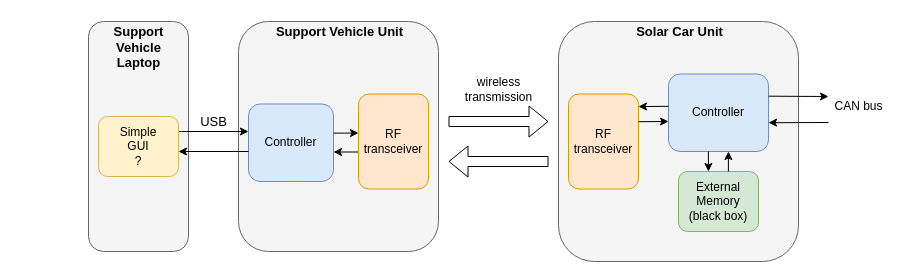
tjarker/Telemetry keeps this draw.io diagram as documentation/diagrams/SystemSchematic.drawio. Above is the earlier version. Source tidied: cells renumbered, new cells numbered last; positions are measured from the earlier drawing's top-left corner, leaving out a move shared by most shapes. Both pictures are drawn from the tidied source at 100%, with x=0, y=0 at pixel (88, 21).
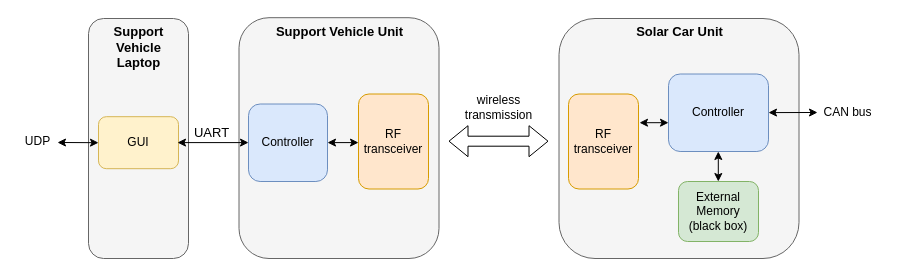
The same page after the edit.

Commit message (it also covers changes not shown here):
Update system schematic

The edit, as a diff of the source:
```diff
@@
     <mxCell id="2" style="rounded=1;whiteSpace=wrap;html=1;fillColor=#f5f5f5;strokeColor=#666666;fontColor=#333333;" parent="1" vertex="1">
-      <mxGeometry x="470" width="240" height="240" as="geometry" />
+      <mxGeometry x="470.5" y="-3" width="240" height="240" as="geometry" />
     </mxCell>
     <mxCell id="3" style="rounded=1;whiteSpace=wrap;html=1;fillColor=#f5f5f5;strokeColor=#666666;fontColor=#333333;" parent="1" vertex="1">
-      <mxGeometry x="150" width="200" height="230" as="geometry" />
+      <mxGeometry x="150.5" y="-3.8" width="200" height="240.8" as="geometry" />
     </mxCell>
@@
-    <mxCell id="5" style="shape=flexArrow;endArrow=classic;html=1;" parent="1" edge="1">
-      <mxGeometry relative="1" as="geometry">
-        <mxPoint x="360" y="100" as="sourcePoint" />
-        <mxPoint x="460" y="100" as="targetPoint" />
-      </mxGeometry>
-    </mxCell>
-    <mxCell id="6" style="shape=flexArrow;endArrow=classic;html=1;" parent="1" edge="1">
-      <mxGeometry relative="1" as="geometry">
-        <mxPoint x="460" y="140" as="sourcePoint" />
-        <mxPoint x="360" y="140" as="targetPoint" />
-      </mxGeometry>
-    </mxCell>
@@
-    <mxCell id="9" style="endArrow=classic;html=1;" parent="1" edge="1">
-      <mxGeometry relative="1" as="geometry">
-        <mxPoint x="740" y="101" as="sourcePoint" />
-        <mxPoint x="680" y="101.2" as="targetPoint" />
-      </mxGeometry>
-    </mxCell>
     <mxCell id="10" value="CAN bus" style="text;html=1;align=center;verticalAlign=middle;" parent="1" vertex="1">
-      <mxGeometry x="740" y="75" width="60" height="20" as="geometry" />
+      <mxGeometry x="729" y="81.2" width="60" height="20" as="geometry" />
     </mxCell>
@@
     <mxCell id="12" value="External Memory&lt;br&gt;(black box)" style="rounded=1;whiteSpace=wrap;html=1;fillColor=#d5e8d4;strokeColor=#82b366;" parent="1" vertex="1">
-      <mxGeometry x="590" y="150" width="80" height="60" as="geometry" />
+      <mxGeometry x="590" y="160" width="80" height="60" as="geometry" />
     </mxCell>
-    <mxCell id="13" style="endArrow=classic;html=1;" parent="1" edge="1">
-      <mxGeometry relative="1" as="geometry">
-        <mxPoint x="619.9" y="130" as="sourcePoint" />
-        <mxPoint x="619.9" y="150" as="targetPoint" />
-      </mxGeometry>
-    </mxCell>
-    <mxCell id="14" style="endArrow=classic;html=1;" parent="1" edge="1">
-      <mxGeometry relative="1" as="geometry">
-        <mxPoint x="639.9" y="150" as="sourcePoint" />
-        <mxPoint x="639.9" y="130" as="targetPoint" />
-      </mxGeometry>
-    </mxCell>
     <mxCell id="15" value="Controller" style="rounded=1;whiteSpace=wrap;html=1;fillColor=#dae8fc;strokeColor=#6c8ebf;" parent="1" vertex="1">
-      <mxGeometry x="160" y="82.5" width="85" height="77.5" as="geometry" />
+      <mxGeometry x="160" y="82.5" width="79" height="77.5" as="geometry" />
     </mxCell>
-    <mxCell id="16" style="endArrow=classic;html=1;" parent="1" edge="1">
-      <mxGeometry relative="1" as="geometry">
-        <mxPoint x="245" y="111.6" as="sourcePoint" />
-        <mxPoint x="270" y="111.6" as="targetPoint" />
-      </mxGeometry>
-    </mxCell>
-    <mxCell id="17" style="endArrow=classic;html=1;" parent="1" edge="1">
-      <mxGeometry relative="1" as="geometry">
-        <mxPoint x="270" y="130.5" as="sourcePoint" />
-        <mxPoint x="245" y="130.5" as="targetPoint" />
-      </mxGeometry>
-    </mxCell>
     <mxCell id="18" style="rounded=1;whiteSpace=wrap;html=1;fillColor=#f5f5f5;strokeColor=#666666;fontColor=#333333;" parent="1" vertex="1">
-      <mxGeometry width="100" height="230" as="geometry" />
+      <mxGeometry y="-3" width="100" height="240" as="geometry" />
     </mxCell>
@@
-    <mxCell id="20" style="endArrow=classic;html=1;" parent="1" edge="1">
-      <mxGeometry relative="1" as="geometry">
-        <mxPoint x="680" y="74.7" as="sourcePoint" />
-        <mxPoint x="740" y="75" as="targetPoint" />
-      </mxGeometry>
-    </mxCell>
@@
     <mxCell id="22" value="wireless&lt;br&gt;transmission" style="text;html=1;align=center;verticalAlign=middle;" parent="1" vertex="1">
-      <mxGeometry x="370" y="52.5" width="80" height="30" as="geometry" />
+      <mxGeometry x="370" y="71.2" width="80" height="30" as="geometry" />
     </mxCell>
-    <mxCell id="23" style="endArrow=classic;html=1;" parent="1" edge="1">
-      <mxGeometry relative="1" as="geometry">
-        <mxPoint x="580" y="84.8" as="sourcePoint" />
-        <mxPoint x="550" y="85.1" as="targetPoint" />
-      </mxGeometry>
-    </mxCell>
-    <mxCell id="24" style="endArrow=classic;html=1;" parent="1" edge="1">
-      <mxGeometry relative="1" as="geometry">
-        <mxPoint x="550" y="100.2" as="sourcePoint" />
-        <mxPoint x="580" y="100" as="targetPoint" />
-      </mxGeometry>
-    </mxCell>
-    <mxCell id="25" style="endArrow=classic;html=1;" parent="1" edge="1">
-      <mxGeometry relative="1" as="geometry">
-        <mxPoint x="90" y="110" as="sourcePoint" />
-        <mxPoint x="160" y="110" as="targetPoint" />
-      </mxGeometry>
-    </mxCell>
-    <mxCell id="26" style="endArrow=classic;html=1;" parent="1" edge="1">
-      <mxGeometry relative="1" as="geometry">
-        <mxPoint x="160" y="130" as="sourcePoint" />
-        <mxPoint x="90" y="130" as="targetPoint" />
-      </mxGeometry>
-    </mxCell>
-    <mxCell id="27" value="Simple&lt;br&gt;GUI&lt;br&gt;?" style="rounded=1;whiteSpace=wrap;html=1;fillColor=#fff2cc;strokeColor=#d6b656;" parent="1" vertex="1">
-      <mxGeometry x="10" y="95" width="80" height="60" as="geometry" />
+    <mxCell id="27" value="GUI" style="rounded=1;whiteSpace=wrap;html=1;fillColor=#fff2cc;strokeColor=#d6b656;" parent="1" vertex="1">
+      <mxGeometry x="10" y="95.2" width="80" height="52" as="geometry" />
     </mxCell>
-    <mxCell id="28" value="USB" style="text;html=1;align=center;verticalAlign=middle;fontSize=13;" parent="1" vertex="1">
-      <mxGeometry x="105" y="90" width="40" height="20" as="geometry" />
+    <mxCell id="28" value="UART" style="text;html=1;align=center;verticalAlign=middle;fontSize=13;" parent="1" vertex="1">
+      <mxGeometry x="100" y="101.2" width="45" height="20" as="geometry" />
     </mxCell>
+    <mxCell id="29" style="endArrow=classic;startArrow=classic;html=1;" parent="1" edge="1">
+      <mxGeometry relative="1" as="geometry">
+        <mxPoint x="680" y="91.1" as="sourcePoint" />
+        <mxPoint x="729" y="91" as="targetPoint" />
+      </mxGeometry>
+    </mxCell>
+    <mxCell id="30" style="endArrow=classic;startArrow=classic;html=1;" parent="1" edge="1">
+      <mxGeometry relative="1" as="geometry">
+        <mxPoint x="551" y="101.2" as="sourcePoint" />
+        <mxPoint x="580" y="101.2" as="targetPoint" />
+      </mxGeometry>
+    </mxCell>
+    <mxCell id="31" style="shape=flexArrow;endArrow=classic;startArrow=classic;html=1;" parent="1" edge="1">
+      <mxGeometry relative="1" as="geometry">
+        <mxPoint x="360" y="119.7" as="sourcePoint" />
+        <mxPoint x="460" y="119.7" as="targetPoint" />
+      </mxGeometry>
+    </mxCell>
+    <mxCell id="32" style="endArrow=classic;startArrow=classic;html=1;" parent="1" edge="1">
+      <mxGeometry relative="1" as="geometry">
+        <mxPoint x="629.8" y="130" as="sourcePoint" />
+        <mxPoint x="629.8" y="160" as="targetPoint" />
+      </mxGeometry>
+    </mxCell>
+    <mxCell id="33" style="endArrow=classic;startArrow=classic;html=1;" parent="1" edge="1">
+      <mxGeometry relative="1" as="geometry">
+        <mxPoint x="239" y="121.1" as="sourcePoint" />
+        <mxPoint x="270" y="121.1" as="targetPoint" />
+      </mxGeometry>
+    </mxCell>
+    <mxCell id="34" style="endArrow=classic;startArrow=classic;html=1;" parent="1" edge="1">
+      <mxGeometry relative="1" as="geometry">
+        <mxPoint x="89" y="121.1" as="sourcePoint" />
+        <mxPoint x="160" y="121.1" as="targetPoint" />
+      </mxGeometry>
+    </mxCell>
+    <mxCell id="35" style="endArrow=classic;startArrow=classic;html=1;" parent="1" edge="1">
+      <mxGeometry relative="1" as="geometry">
+        <mxPoint x="-31" y="121" as="sourcePoint" />
+        <mxPoint x="10" y="121.2" as="targetPoint" />
+      </mxGeometry>
+    </mxCell>
+    <mxCell id="36" value="UDP" style="text;html=1;align=center;verticalAlign=middle;strokeColor=none;" parent="1" vertex="1">
+      <mxGeometry x="-71" y="110" width="40" height="20" as="geometry" />
+    </mxCell>
```
